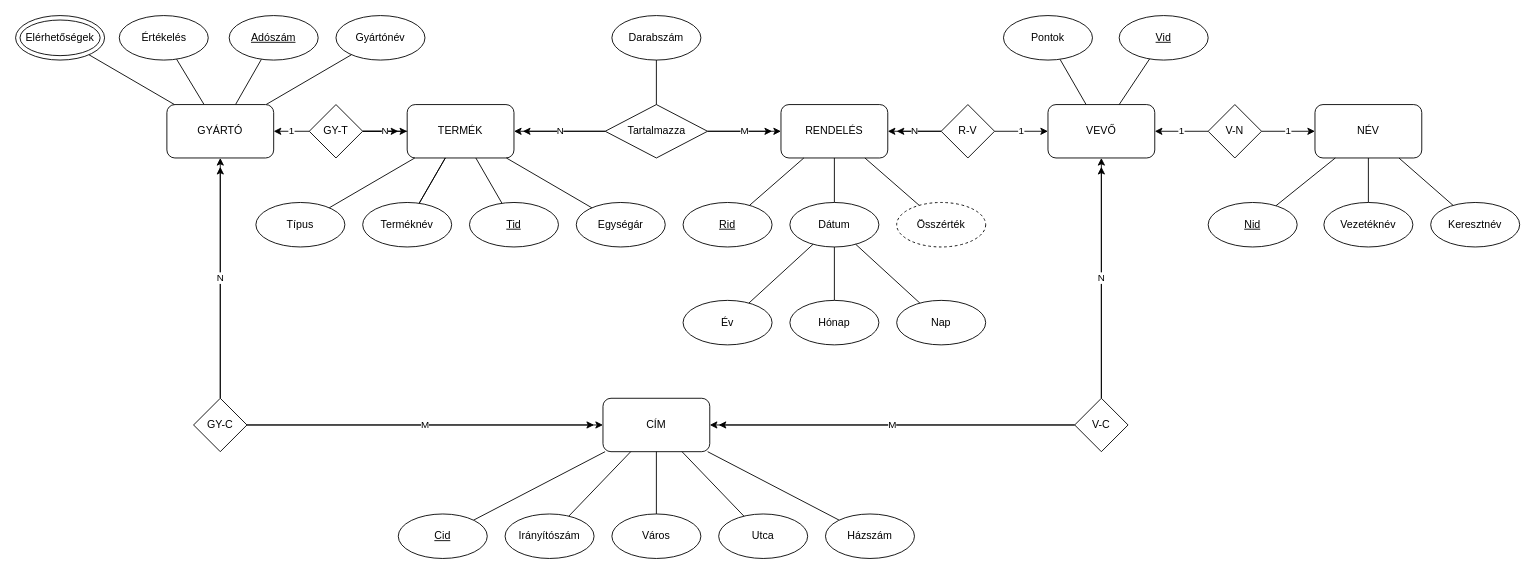
Earlier version of the draw.io diagram XMLTaskAQUSP7/ERAQUSP7.drawio (MateSandor/AQUSP7_XMLGyak). Source tidied: cells renumbered, new cells numbered last; positions are measured from the earlier drawing's top-left corner, leaving out a move shared by most shapes. Both pictures are drawn from the tidied source at 89%, with x=0, y=0 at pixel (15, 15).
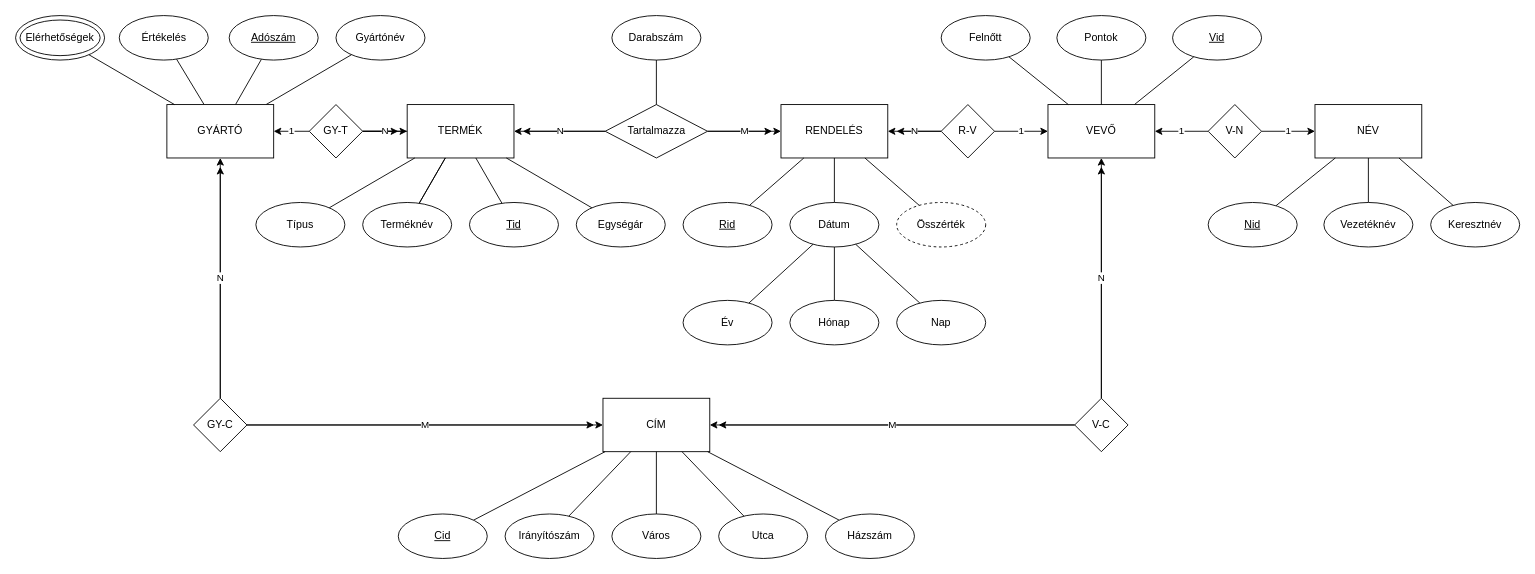
The same diagram, later.

Change to the diagram source:
```diff
@@
-    <mxCell id="15" value="GYÁRTÓ" style="rounded=1;whiteSpace=wrap;html=1;" parent="1" vertex="1">
+    <mxCell id="15" value="GYÁRTÓ" style="rounded=0;whiteSpace=wrap;html=1;" parent="1" vertex="1">
       <mxGeometry x="170" y="100" width="120" height="60" as="geometry" />
     </mxCell>
-    <mxCell id="16" value="TERMÉK" style="rounded=1;whiteSpace=wrap;html=1;" parent="1" vertex="1">
+    <mxCell id="16" value="TERMÉK" style="rounded=0;whiteSpace=wrap;html=1;" parent="1" vertex="1">
       <mxGeometry x="440" y="100" width="120" height="60" as="geometry" />
     </mxCell>
-    <mxCell id="17" value="RENDELÉS" style="rounded=1;whiteSpace=wrap;html=1;" parent="1" vertex="1">
+    <mxCell id="17" value="RENDELÉS" style="rounded=0;whiteSpace=wrap;html=1;" parent="1" vertex="1">
       <mxGeometry x="860" y="100" width="120" height="60" as="geometry" />
     </mxCell>
-    <mxCell id="18" value="VEVŐ" style="rounded=1;whiteSpace=wrap;html=1;" parent="1" vertex="1">
+    <mxCell id="18" value="VEVŐ" style="rounded=0;whiteSpace=wrap;html=1;" parent="1" vertex="1">
       <mxGeometry x="1160" y="100" width="120" height="60" as="geometry" />
     </mxCell>
@@
     <mxCell id="36" value="&lt;u&gt;Vid&lt;/u&gt;" style="ellipse;whiteSpace=wrap;html=1;" parent="1" vertex="1">
-      <mxGeometry x="1240" width="100" height="50" as="geometry" />
+      <mxGeometry x="1300" width="100" height="50" as="geometry" />
     </mxCell>
@@
     <mxCell id="40" value="Pontok" style="ellipse;whiteSpace=wrap;html=1;" parent="1" vertex="1">
-      <mxGeometry x="1110" width="100" height="50" as="geometry" />
+      <mxGeometry x="1170" width="100" height="50" as="geometry" />
     </mxCell>
@@
-    <mxCell id="64" value="CÍM" style="rounded=1;whiteSpace=wrap;html=1;" parent="1" vertex="1">
+    <mxCell id="64" value="CÍM" style="rounded=0;whiteSpace=wrap;html=1;" parent="1" vertex="1">
       <mxGeometry x="660" y="430" width="120" height="60" as="geometry" />
     </mxCell>
@@
-    <mxCell id="82" value="NÉV" style="rounded=1;whiteSpace=wrap;html=1;" parent="1" vertex="1">
+    <mxCell id="82" value="NÉV" style="rounded=0;whiteSpace=wrap;html=1;" parent="1" vertex="1">
       <mxGeometry x="1460" y="100" width="120" height="60" as="geometry" />
     </mxCell>
@@
+    <mxCell id="88" style="rounded=0;jettySize=auto;html=1;endArrow=none;endFill=0;" parent="1" edge="1" source="89" target="18">
+      <mxGeometry relative="1" as="geometry" />
+    </mxCell>
+    <mxCell id="89" value="Felnőtt" style="ellipse;whiteSpace=wrap;html=1;" parent="1" vertex="1">
+      <mxGeometry x="1040" width="100" height="50" as="geometry" />
+    </mxCell>
```
